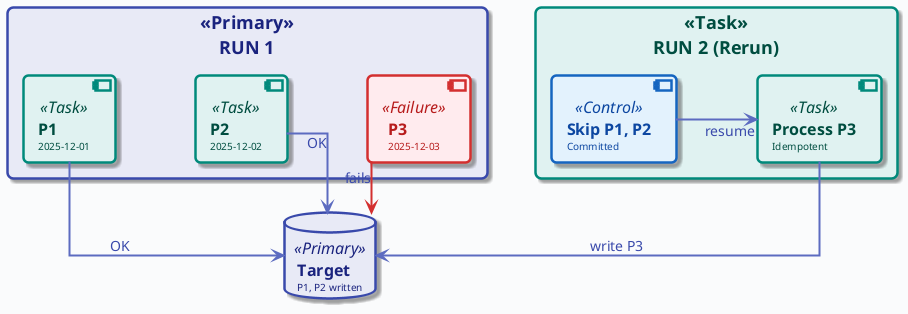
This is diagrams/week04/week4_lecture_slide38_failure_rerun.png from OrPerets/data-engineering-course, a PlantUML export, as it was before one commit.
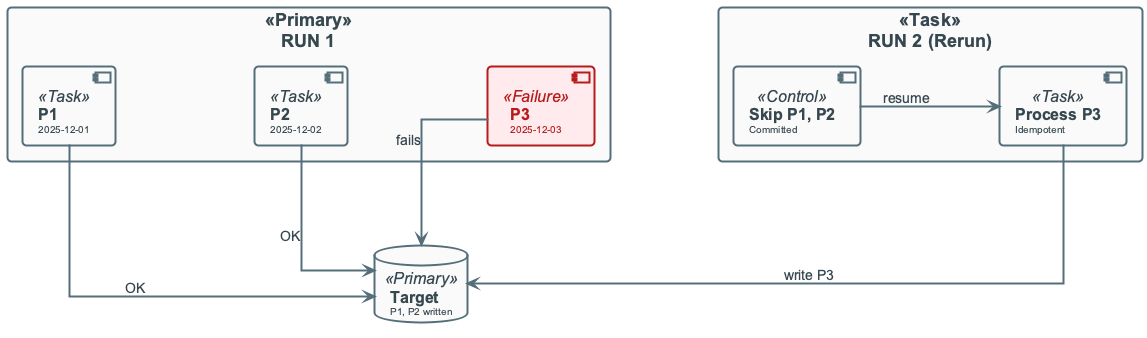
The same diagram one commit later.

The edit, as a diff of the source:
```diff
@@ -22,7 +22,7 @@
 
 P1 -down-> TARGET : "OK"
 P2 -down-> TARGET : "OK"
-P3 -[#D32F2F]down-> TARGET : "fails"
+P3 -down-> TARGET : "fails"
 
 P3B -down-> TARGET : "write P3"
 
```
